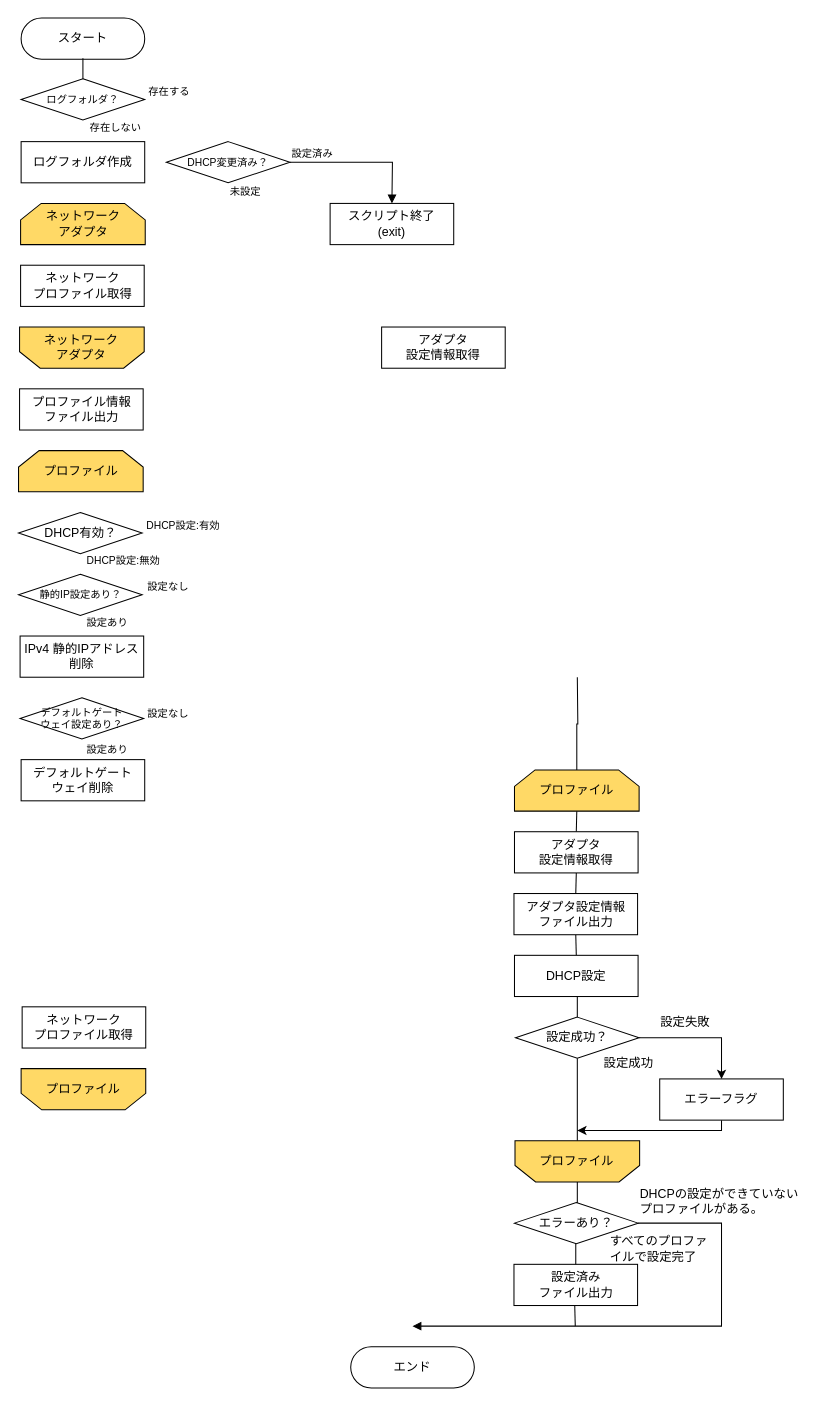
This is dhcp切り替えスクリプト.drawio from reizo0901/Doc, a draw.io file, before an edit. Source tidied: cells renumbered, new cells numbered last; positions are measured from the earlier drawing's top-left corner, leaving out a move shared by most shapes. Both pictures are drawn from the tidied source at 103%, with x=0, y=0 at pixel (19, 18).
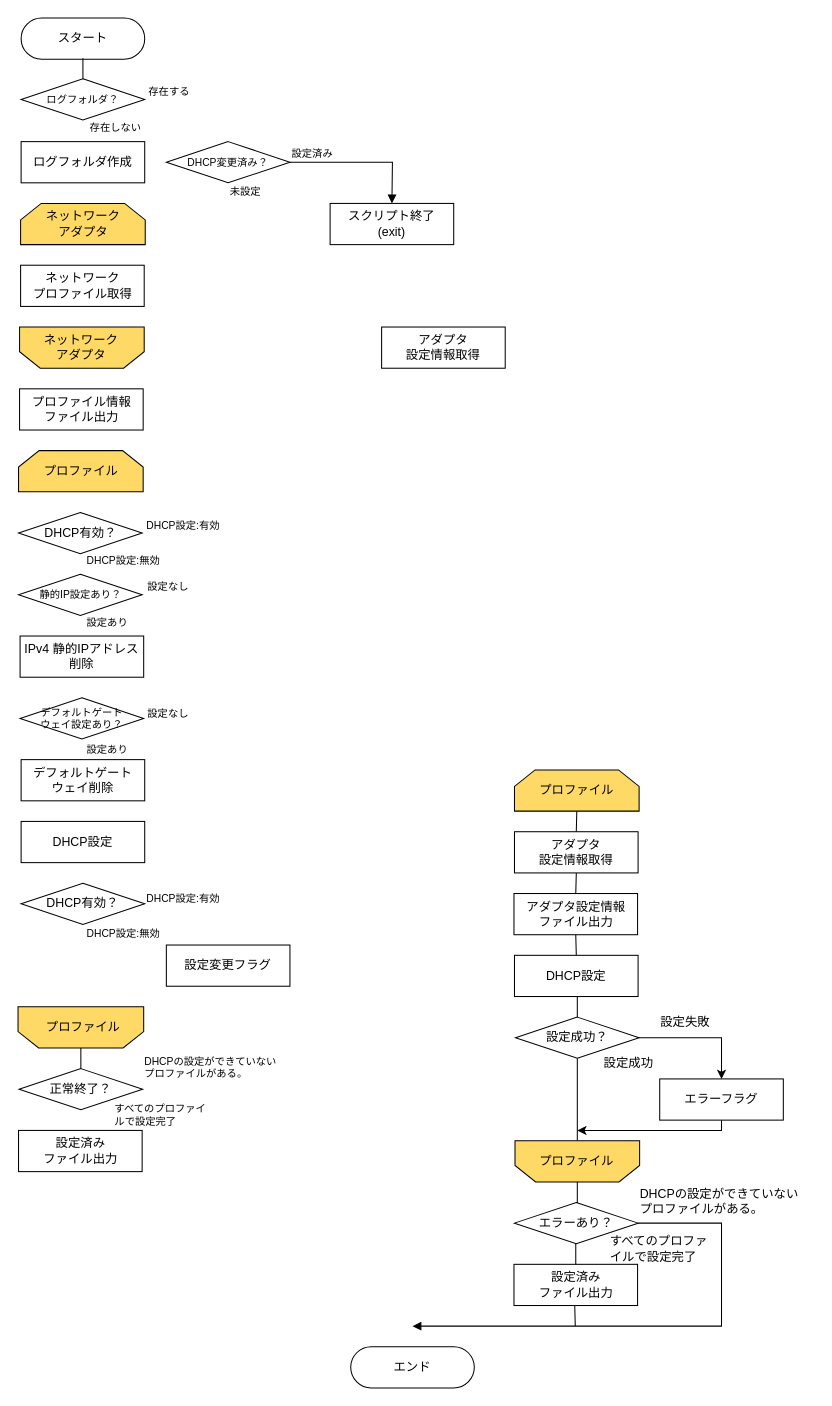
The same diagram, later.

Commit message (it also covers changes not shown here):
dhcp切り替えスクリプト.drawio を更新します

Unchanged cells that the change refers to:
```xml
<mxCell id="22" value="プロファイル" style="shape=loopLimit;whiteSpace=wrap;html=1;fillColor=#FFD966;" parent="1" vertex="1">
  <mxGeometry x="481" y="730" width="121" height="40" as="geometry" />
</mxCell>
```

Change to the diagram source:
```diff
@@
-    <mxCell id="23" style="edgeStyle=orthogonalEdgeStyle;rounded=0;jettySize=auto;html=1;endArrow=none;endFill=0;" parent="1" edge="1" target="22">
-      <mxGeometry relative="1" as="geometry">
-        <mxPoint x="542" y="640" as="sourcePoint" />
-      </mxGeometry>
-    </mxCell>
@@
-    <mxCell id="46" value="ネットワーク&lt;br&gt;プロファイル取得" style="rounded=0;whiteSpace=wrap;html=1;" parent="1" vertex="1">
-      <mxGeometry x="3" y="960" width="120" height="40" as="geometry" />
-    </mxCell>
     <mxCell id="47" style="shape=loopLimit;whiteSpace=wrap;html=1;rotation=-180;verticalAlign=middle;fillColor=#FFD966;" parent="1" vertex="1">
-      <mxGeometry x="2" y="1020" width="121" height="40" as="geometry" />
+      <mxGeometry x="-1" y="960" width="122" height="40" as="geometry" />
     </mxCell>
     <mxCell id="48" value="プロファイル" style="text;html=1;strokeColor=none;fillColor=none;align=center;verticalAlign=middle;whiteSpace=wrap;rounded=0;" parent="1" vertex="1">
-      <mxGeometry x="21.5" y="1025" width="81" height="30" as="geometry" />
+      <mxGeometry x="21.5" y="965" width="81" height="30" as="geometry" />
     </mxCell>
@@
+    <mxCell id="60" value="DHCP設定" style="rounded=0;whiteSpace=wrap;html=1;" parent="1" vertex="1">
+      <mxGeometry x="2" y="780" width="120" height="40" as="geometry" />
+    </mxCell>
+    <mxCell id="61" value="DHCP有効？" style="rhombus;whiteSpace=wrap;html=1;" parent="1" vertex="1">
+      <mxGeometry x="2" y="840" width="120" height="40" as="geometry" />
+    </mxCell>
+    <mxCell id="62" value="DHCP設定:無効" style="text;html=1;strokeColor=none;fillColor=none;align=left;verticalAlign=middle;whiteSpace=wrap;rounded=0;fontSize=10;" parent="1" vertex="1">
+      <mxGeometry x="64" y="874" width="100" height="30" as="geometry" />
+    </mxCell>
+    <mxCell id="63" value="DHCP設定:有効" style="text;html=1;strokeColor=none;fillColor=none;align=left;verticalAlign=middle;whiteSpace=wrap;rounded=0;fontSize=10;" parent="1" vertex="1">
+      <mxGeometry x="122" y="840" width="107" height="30" as="geometry" />
+    </mxCell>
+    <mxCell id="64" value="設定変更フラグ" style="rounded=0;whiteSpace=wrap;html=1;" parent="1" vertex="1">
+      <mxGeometry x="143" y="900" width="120" height="40" as="geometry" />
+    </mxCell>
+    <mxCell id="65" value="設定済み&lt;br&gt;ファイル出力" style="rounded=0;whiteSpace=wrap;html=1;" parent="1" vertex="1">
+      <mxGeometry x="-0.5" y="1080" width="120" height="40" as="geometry" />
+    </mxCell>
+    <mxCell id="66" style="edgeStyle=orthogonalEdgeStyle;rounded=0;jettySize=auto;html=1;endArrow=none;endFill=0;exitX=0.5;exitY=0;exitDx=0;exitDy=0;entryX=0.5;entryY=0;entryDx=0;entryDy=0;" parent="1" edge="1" source="47" target="67">
+      <mxGeometry relative="1" as="geometry" />
+    </mxCell>
+    <mxCell id="67" value="正常終了？" style="rhombus;whiteSpace=wrap;html=1;" parent="1" vertex="1">
+      <mxGeometry y="1020" width="120" height="40" as="geometry" />
+    </mxCell>
+    <mxCell id="68" value="DHCPの設定ができていない&lt;br style=&quot;font-size: 10px;&quot;&gt;プロファイルがある。" style="text;html=1;strokeColor=none;fillColor=none;align=left;verticalAlign=middle;whiteSpace=wrap;rounded=0;fontSize=10;" parent="1" vertex="1">
+      <mxGeometry x="120" y="1004" width="171" height="30" as="geometry" />
+    </mxCell>
+    <mxCell id="69" value="すべてのプロファイルで設定完了" style="text;html=1;strokeColor=none;fillColor=none;align=left;verticalAlign=middle;whiteSpace=wrap;rounded=0;fontSize=10;" parent="1" vertex="1">
+      <mxGeometry x="91" y="1050" width="100" height="30" as="geometry" />
+    </mxCell>
```
